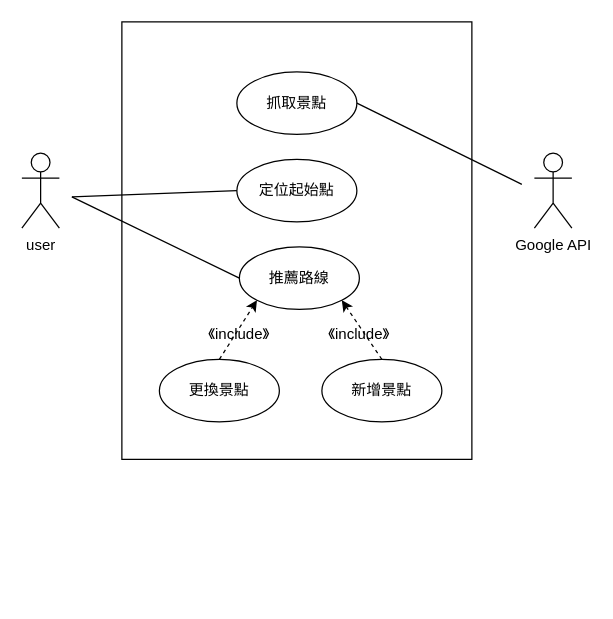
Before: page "UseCase" (1 of 3) of UseCaseDiagram.drawio in Niomoo/PeteBudaeJjigae, a draw.io diagram. Source tidied: cells renumbered, new cells numbered last; positions are measured from the earlier drawing's top-left corner, leaving out a move shared by most shapes. Both pictures are drawn from the tidied source at 125%, with x=0, y=0 at pixel (21, 21).
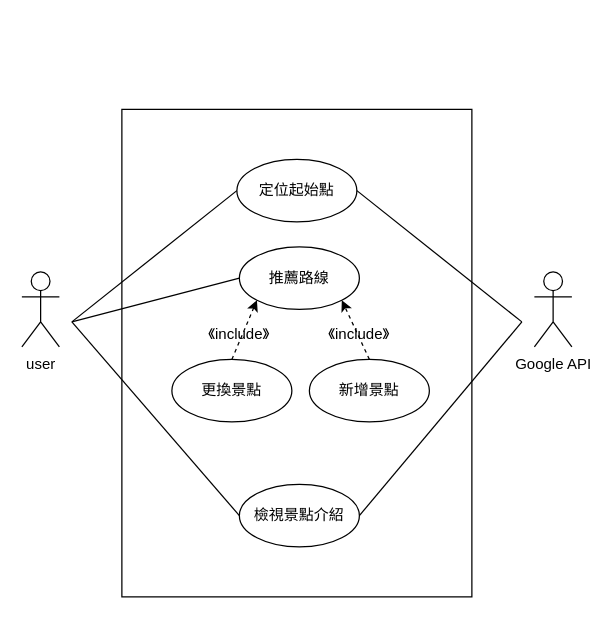
After the change.

Commit message:
Update Activity Diagrams

The change refers to these unchanged cells:
```xml
<mxCell id="4" value="定位起始點" style="ellipse;whiteSpace=wrap;html=1;" parent="1" vertex="1">
  <mxGeometry x="172" y="110" width="96" height="50" as="geometry" />
</mxCell>
<mxCell id="5" value="推薦路線" style="ellipse;whiteSpace=wrap;html=1;" parent="1" vertex="1">
  <mxGeometry x="174" y="180" width="96" height="50" as="geometry" />
</mxCell>
```

Change to the diagram source:
```diff
@@
     <mxCell id="2" style="rounded=0;whiteSpace=wrap;html=1;" parent="1" vertex="1">
-      <mxGeometry x="80" width="280" height="350" as="geometry" />
+      <mxGeometry x="80" y="70" width="280" height="390" as="geometry" />
     </mxCell>
-    <mxCell id="3" value="抓取景點" style="ellipse;whiteSpace=wrap;html=1;" parent="1" vertex="1">
-      <mxGeometry x="172" y="40" width="96" height="50" as="geometry" />
-    </mxCell>
@@
     <mxCell id="6" value="user" style="shape=umlActor;verticalLabelPosition=bottom;verticalAlign=top;html=1;" parent="1" vertex="1">
-      <mxGeometry y="105" width="30" height="60" as="geometry" />
+      <mxGeometry y="200" width="30" height="60" as="geometry" />
     </mxCell>
     <mxCell id="7" value="Google API" style="shape=umlActor;verticalLabelPosition=bottom;verticalAlign=top;html=1;" parent="1" vertex="1">
-      <mxGeometry x="410" y="105" width="30" height="60" as="geometry" />
+      <mxGeometry x="410" y="200" width="30" height="60" as="geometry" />
     </mxCell>
     <mxCell id="8" value="新增景點" style="ellipse;whiteSpace=wrap;html=1;" parent="1" vertex="1">
-      <mxGeometry x="240" y="270" width="96" height="50" as="geometry" />
+      <mxGeometry x="230" y="270" width="96" height="50" as="geometry" />
     </mxCell>
     <mxCell id="9" value="更換景點" style="ellipse;whiteSpace=wrap;html=1;" parent="1" vertex="1">
-      <mxGeometry x="110" y="270" width="96" height="50" as="geometry" />
+      <mxGeometry x="120" y="270" width="96" height="50" as="geometry" />
     </mxCell>
@@
-    <mxCell id="14" style="endArrow=none;html=1;entryX=1;entryY=0.5;entryDx=0;entryDy=0;" parent="1" edge="1" target="3">
-      <mxGeometry relative="1" as="geometry">
-        <mxPoint x="400" y="130" as="sourcePoint" />
-      </mxGeometry>
-    </mxCell>
     <mxCell id="15" style="endArrow=none;html=1;entryX=0;entryY=0.5;entryDx=0;entryDy=0;" parent="1" edge="1" target="4">
       <mxGeometry relative="1" as="geometry">
-        <mxPoint x="40" y="140" as="sourcePoint" />
+        <mxPoint x="40" y="240" as="sourcePoint" />
       </mxGeometry>
     </mxCell>
     <mxCell id="16" style="endArrow=none;html=1;entryX=0;entryY=0.5;entryDx=0;entryDy=0;" parent="1" edge="1" target="5">
       <mxGeometry relative="1" as="geometry">
-        <mxPoint x="40" y="140" as="sourcePoint" />
+        <mxPoint x="40" y="240" as="sourcePoint" />
       </mxGeometry>
     </mxCell>
+    <mxCell id="17" style="endArrow=none;html=1;entryX=1;entryY=0.5;entryDx=0;entryDy=0;" parent="1" edge="1" target="4">
+      <mxGeometry relative="1" as="geometry">
+        <mxPoint x="400" y="240" as="sourcePoint" />
+      </mxGeometry>
+    </mxCell>
+    <mxCell id="18" value="檢視景點介紹" style="ellipse;whiteSpace=wrap;html=1;" parent="1" vertex="1">
+      <mxGeometry x="174" y="370" width="96" height="50" as="geometry" />
+    </mxCell>
+    <mxCell id="19" style="endArrow=none;html=1;exitX=0;exitY=0.5;exitDx=0;exitDy=0;" parent="1" edge="1" source="18">
+      <mxGeometry relative="1" as="geometry">
+        <mxPoint x="40" y="240" as="targetPoint" />
+      </mxGeometry>
+    </mxCell>
+    <mxCell id="20" style="endArrow=none;html=1;exitX=1;exitY=0.5;exitDx=0;exitDy=0;" parent="1" edge="1" source="18">
+      <mxGeometry relative="1" as="geometry">
+        <mxPoint x="400" y="240" as="targetPoint" />
+      </mxGeometry>
+    </mxCell>
```
